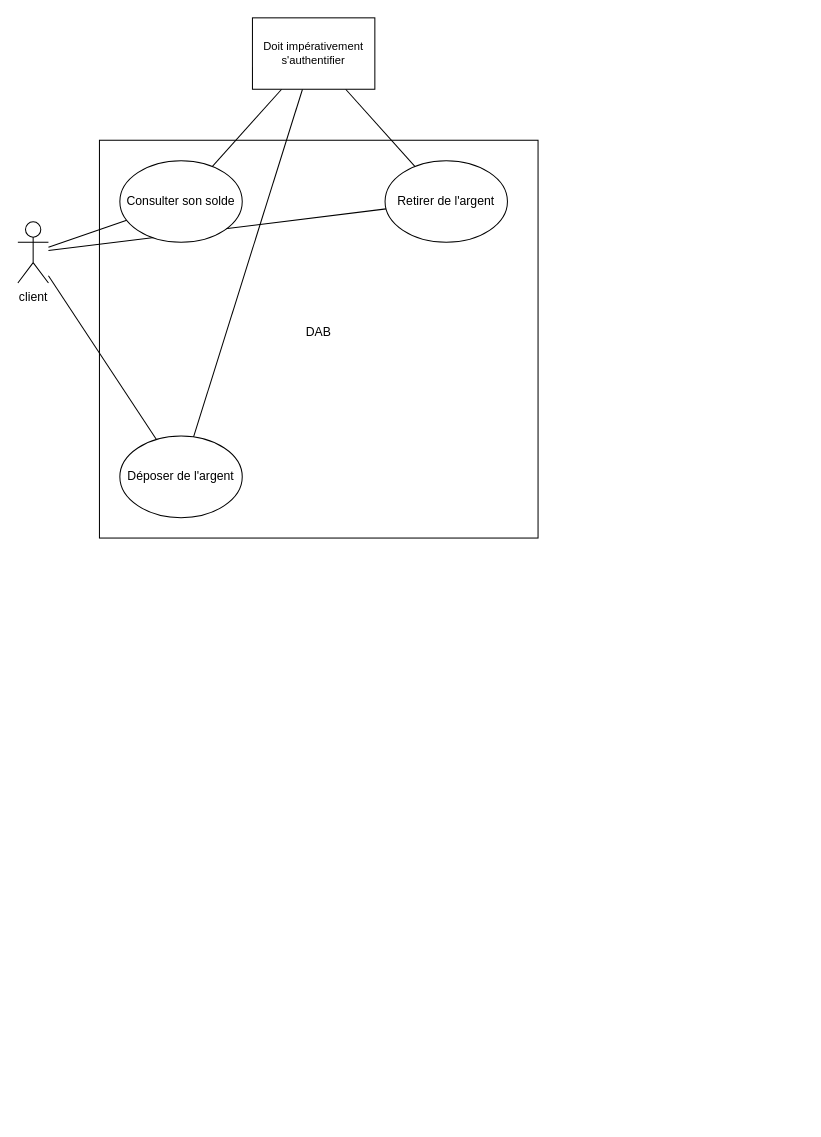
LucasOtw/LucasOtw keeps this draw.io diagram as TD1.drawio. Above is the earlier version. Source tidied: cells renumbered, new cells numbered last; positions are measured from the earlier drawing's top-left corner, leaving out a move shared by most shapes. Both pictures are drawn from the tidied source at 102%, with x=0, y=0 at pixel (17, 17).
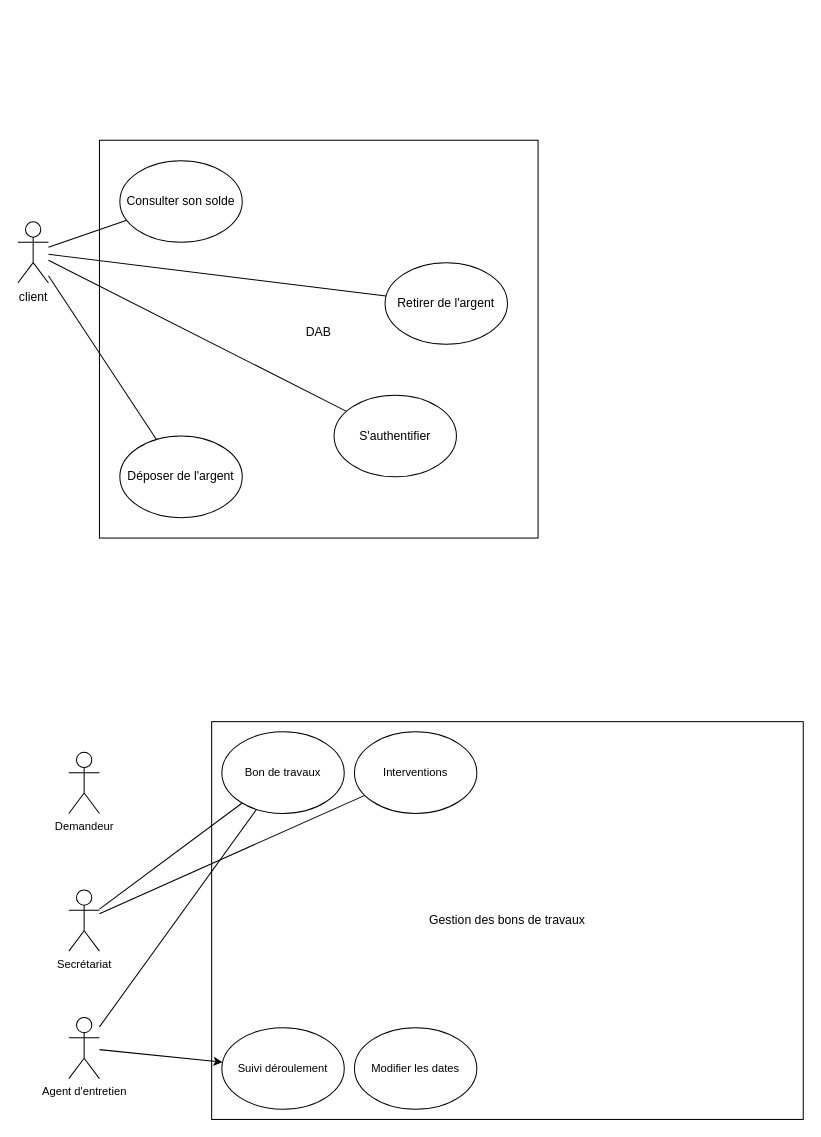
Above is the later version.

Commit message (it also covers changes not shown here):
Mettre à jour TD1.drawio

Unchanged cells that the change refers to:
```xml
<mxCell id="5" value="client" style="shape=umlActor;verticalLabelPosition=bottom;verticalAlign=top;html=1;outlineConnect=0;" parent="1" vertex="1">
  <mxGeometry y="200" width="30" height="60" as="geometry" />
</mxCell>
<mxCell id="8" value="Consulter son solde" style="ellipse;whiteSpace=wrap;html=1;" parent="1" vertex="1">
  <mxGeometry x="100" y="140" width="120" height="80" as="geometry" />
</mxCell>
<mxCell id="9" value="Déposer de l'argent" style="ellipse;whiteSpace=wrap;html=1;" parent="1" vertex="1">
  <mxGeometry x="100" y="410" width="120" height="80" as="geometry" />
</mxCell>
```

Diff of the diagram source:
```diff
@@
+    <mxCell id="14" style="edgeStyle=none;shape=connector;rounded=0;jettySize=auto;html=1;strokeColor=default;align=center;verticalAlign=middle;fontFamily=Helvetica;fontSize=11;fontColor=default;labelBackgroundColor=default;endArrow=none;endFill=0;" parent="1" edge="1" source="5" target="19">
+      <mxGeometry relative="1" as="geometry" />
+    </mxCell>
@@
     <mxCell id="7" value="Retirer de l'argent" style="ellipse;whiteSpace=wrap;html=1;" parent="1" vertex="1">
-      <mxGeometry x="360" y="140" width="120" height="80" as="geometry" />
+      <mxGeometry x="360" y="240" width="120" height="80" as="geometry" />
     </mxCell>
@@
-    <mxCell id="10" style="edgeStyle=none;shape=connector;rounded=0;jettySize=auto;html=1;strokeColor=default;align=center;verticalAlign=middle;fontFamily=Helvetica;fontSize=11;fontColor=default;labelBackgroundColor=default;endArrow=none;endFill=0;" parent="1" edge="1" source="13" target="8">
-      <mxGeometry relative="1" as="geometry" />
-    </mxCell>
-    <mxCell id="11" style="edgeStyle=none;shape=connector;rounded=0;jettySize=auto;html=1;strokeColor=default;align=center;verticalAlign=middle;fontFamily=Helvetica;fontSize=11;fontColor=default;labelBackgroundColor=default;endArrow=none;endFill=0;" parent="1" edge="1" source="13" target="7">
-      <mxGeometry relative="1" as="geometry" />
-    </mxCell>
-    <mxCell id="12" style="edgeStyle=none;shape=connector;rounded=0;jettySize=auto;html=1;strokeColor=default;align=center;verticalAlign=middle;fontFamily=Helvetica;fontSize=11;fontColor=default;labelBackgroundColor=default;endArrow=none;endFill=0;" parent="1" edge="1" source="13" target="9">
-      <mxGeometry relative="1" as="geometry" />
-    </mxCell>
-    <mxCell id="13" value="Doit impérativement s'authentifier" style="rounded=0;whiteSpace=wrap;html=1;fontFamily=Helvetica;fontSize=11;fontColor=default;labelBackgroundColor=default;" parent="1" vertex="1">
-      <mxGeometry x="230" width="120" height="70" as="geometry" />
-    </mxCell>
+    <mxCell id="15" style="edgeStyle=none;shape=connector;rounded=0;jettySize=auto;html=1;strokeColor=default;align=center;verticalAlign=middle;fontFamily=Helvetica;fontSize=11;fontColor=default;labelBackgroundColor=default;endArrow=none;endFill=0;" parent="1" edge="1" source="17" target="20">
+      <mxGeometry relative="1" as="geometry" />
+    </mxCell>
+    <mxCell id="16" style="edgeStyle=none;shape=connector;rounded=0;jettySize=auto;html=1;strokeColor=default;align=center;verticalAlign=middle;fontFamily=Helvetica;fontSize=11;fontColor=default;labelBackgroundColor=default;endArrow=none;endFill=0;" parent="1" edge="1" source="17" target="24">
+      <mxGeometry relative="1" as="geometry" />
+    </mxCell>
+    <mxCell id="17" value="Secrétariat" style="shape=umlActor;verticalLabelPosition=bottom;verticalAlign=top;html=1;outlineConnect=0;fontFamily=Helvetica;fontSize=11;fontColor=default;labelBackgroundColor=default;" parent="1" vertex="1">
+      <mxGeometry x="50" y="855" width="30" height="60" as="geometry" />
+    </mxCell>
+    <mxCell id="18" value="&lt;div&gt;Gestion des bons de travaux&lt;/div&gt;" style="rounded=0;whiteSpace=wrap;html=1;fillColor=none;" parent="1" vertex="1">
+      <mxGeometry x="190" y="690" width="580" height="390" as="geometry" />
+    </mxCell>
+    <mxCell id="19" value="S'authentifier" style="ellipse;whiteSpace=wrap;html=1;" parent="1" vertex="1">
+      <mxGeometry x="310" y="370" width="120" height="80" as="geometry" />
+    </mxCell>
+    <mxCell id="20" value="Bon de travaux" style="ellipse;whiteSpace=wrap;html=1;fontFamily=Helvetica;fontSize=11;fontColor=default;labelBackgroundColor=default;" parent="1" vertex="1">
+      <mxGeometry x="200" y="700" width="120" height="80" as="geometry" />
+    </mxCell>
+    <mxCell id="21" style="edgeStyle=none;shape=connector;rounded=0;jettySize=auto;html=1;strokeColor=default;align=center;verticalAlign=middle;fontFamily=Helvetica;fontSize=11;fontColor=default;labelBackgroundColor=default;endArrow=none;endFill=0;" parent="1" edge="1" source="23" target="20">
+      <mxGeometry relative="1" as="geometry" />
+    </mxCell>
+    <mxCell id="22" style="edgeStyle=none;shape=connector;rounded=0;jettySize=auto;html=1;strokeColor=default;align=center;verticalAlign=middle;fontFamily=Helvetica;fontSize=11;fontColor=default;labelBackgroundColor=default;endArrow=classic;" parent="1" edge="1" source="23" target="26">
+      <mxGeometry relative="1" as="geometry" />
+    </mxCell>
+    <mxCell id="23" value="Agent d'entretien" style="shape=umlActor;verticalLabelPosition=bottom;verticalAlign=top;html=1;outlineConnect=0;fontFamily=Helvetica;fontSize=11;fontColor=default;labelBackgroundColor=default;" parent="1" vertex="1">
+      <mxGeometry x="50" y="980" width="30" height="60" as="geometry" />
+    </mxCell>
+    <mxCell id="24" value="Interventions" style="ellipse;whiteSpace=wrap;html=1;fontFamily=Helvetica;fontSize=11;fontColor=default;labelBackgroundColor=default;" parent="1" vertex="1">
+      <mxGeometry x="330" y="700" width="120" height="80" as="geometry" />
+    </mxCell>
+    <mxCell id="25" value="Demandeur&lt;div&gt;&lt;br&gt;&lt;/div&gt;" style="shape=umlActor;verticalLabelPosition=bottom;verticalAlign=top;html=1;fontFamily=Helvetica;fontSize=11;fontColor=default;labelBackgroundColor=default;" parent="1" vertex="1">
+      <mxGeometry x="50" y="720" width="30" height="60" as="geometry" />
+    </mxCell>
+    <mxCell id="26" value="Suivi déroulement" style="ellipse;whiteSpace=wrap;html=1;fontFamily=Helvetica;fontSize=11;fontColor=default;labelBackgroundColor=default;" parent="1" vertex="1">
+      <mxGeometry x="200" y="990" width="120" height="80" as="geometry" />
+    </mxCell>
+    <mxCell id="27" value="Modifier les dates" style="ellipse;whiteSpace=wrap;html=1;fontFamily=Helvetica;fontSize=11;fontColor=default;labelBackgroundColor=default;" parent="1" vertex="1">
+      <mxGeometry x="330" y="990" width="120" height="80" as="geometry" />
+    </mxCell>
```
